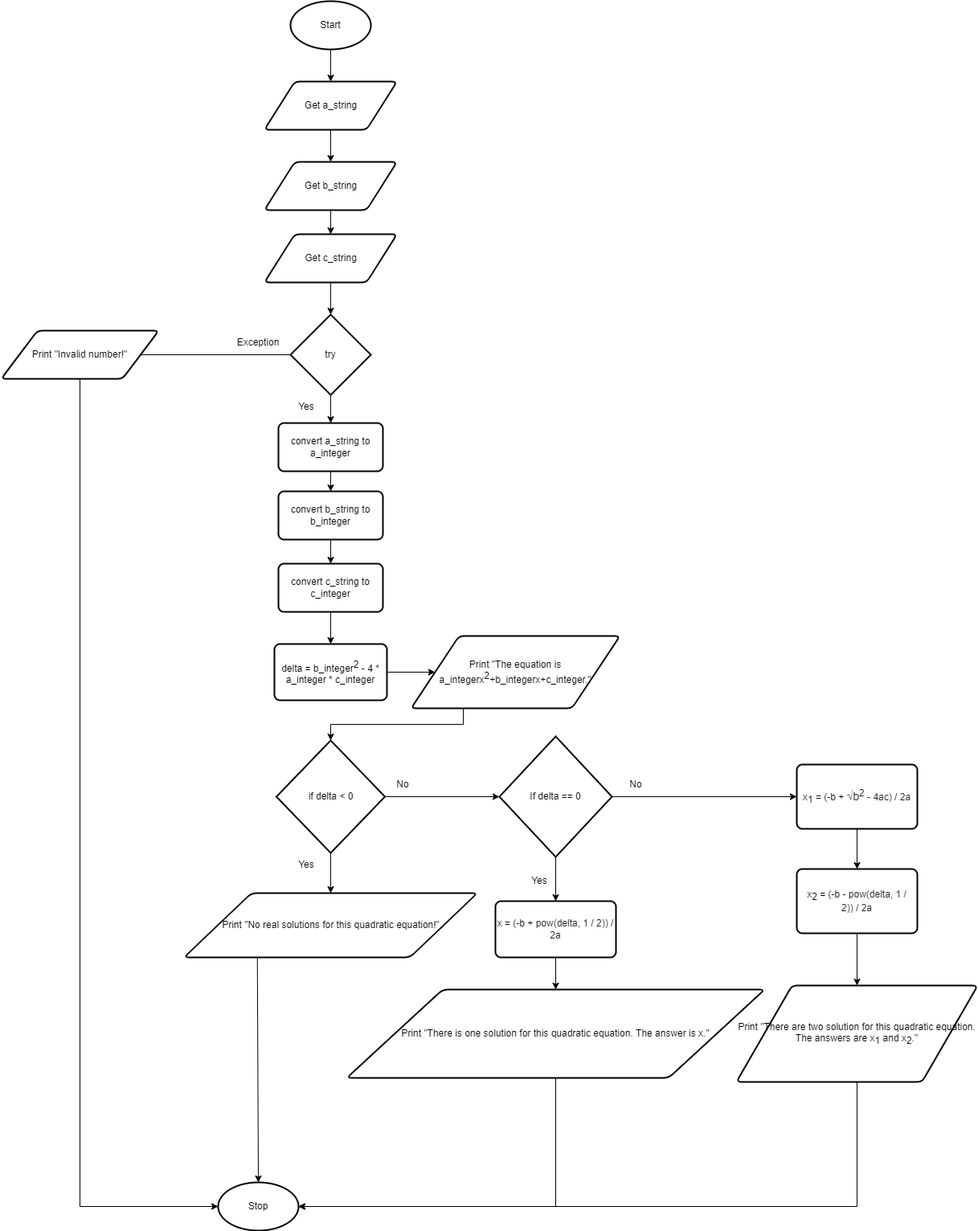
Yiyun-Qin/ICS3U-Assignment4-Python keeps this draw.io diagram as design.quadratic.flowchart.png. Above is the earlier version. Source tidied: cells renumbered, new cells last; positions are measured from the earlier drawing's top-left corner, leaving out a move shared by most shapes.
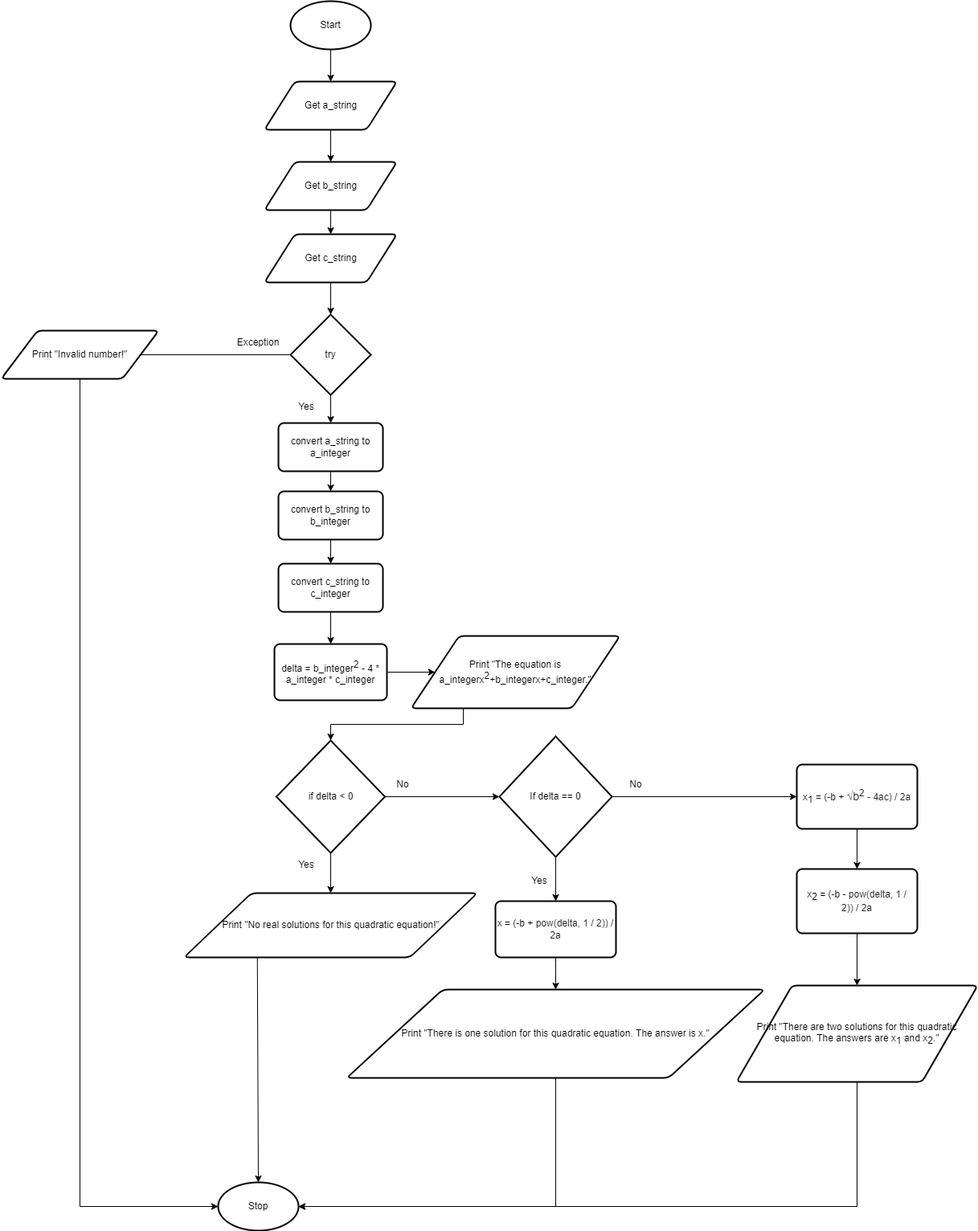
After the commit.

The edit, as a diff of the source:
```diff
@@ -137,7 +137,7 @@
     <mxCell id="46" style="edgeStyle=orthogonalEdgeStyle;rounded=0;html=1;exitX=0.5;exitY=1;exitDx=0;exitDy=0;entryX=1;entryY=0.5;entryDx=0;entryDy=0;entryPerimeter=0;" parent="1" edge="1" source="47" target="6">
       <mxGeometry relative="1" as="geometry" />
     </mxCell>
-    <mxCell id="47" value="Print &quot;There are two solution for this quadratic equation. The answers are x&lt;sub&gt;1&lt;/sub&gt; and x&lt;sub&gt;2&lt;/sub&gt;.&quot;" style="shape=parallelogram;html=1;strokeWidth=2;perimeter=parallelogramPerimeter;whiteSpace=wrap;rounded=1;arcSize=12;size=0.23;" parent="1" vertex="1">
+    <mxCell id="47" value="Print &quot;There are two solutions for this quadratic equation. The answers are x&lt;sub&gt;1&lt;/sub&gt; and x&lt;sub&gt;2&lt;/sub&gt;.&quot;" style="shape=parallelogram;html=1;strokeWidth=2;perimeter=parallelogramPerimeter;whiteSpace=wrap;rounded=1;arcSize=12;size=0.23;" parent="1" vertex="1">
       <mxGeometry x="915" y="1225" width="300" height="120" as="geometry" />
     </mxCell>
     <mxCell id="48" style="edgeStyle=orthogonalEdgeStyle;rounded=0;html=1;exitX=0.25;exitY=1;exitDx=0;exitDy=0;entryX=0.5;entryY=0;entryDx=0;entryDy=0;entryPerimeter=0;fontFamily=Helvetica;fontSize=12;" parent="1" edge="1" source="49" target="31">
```
